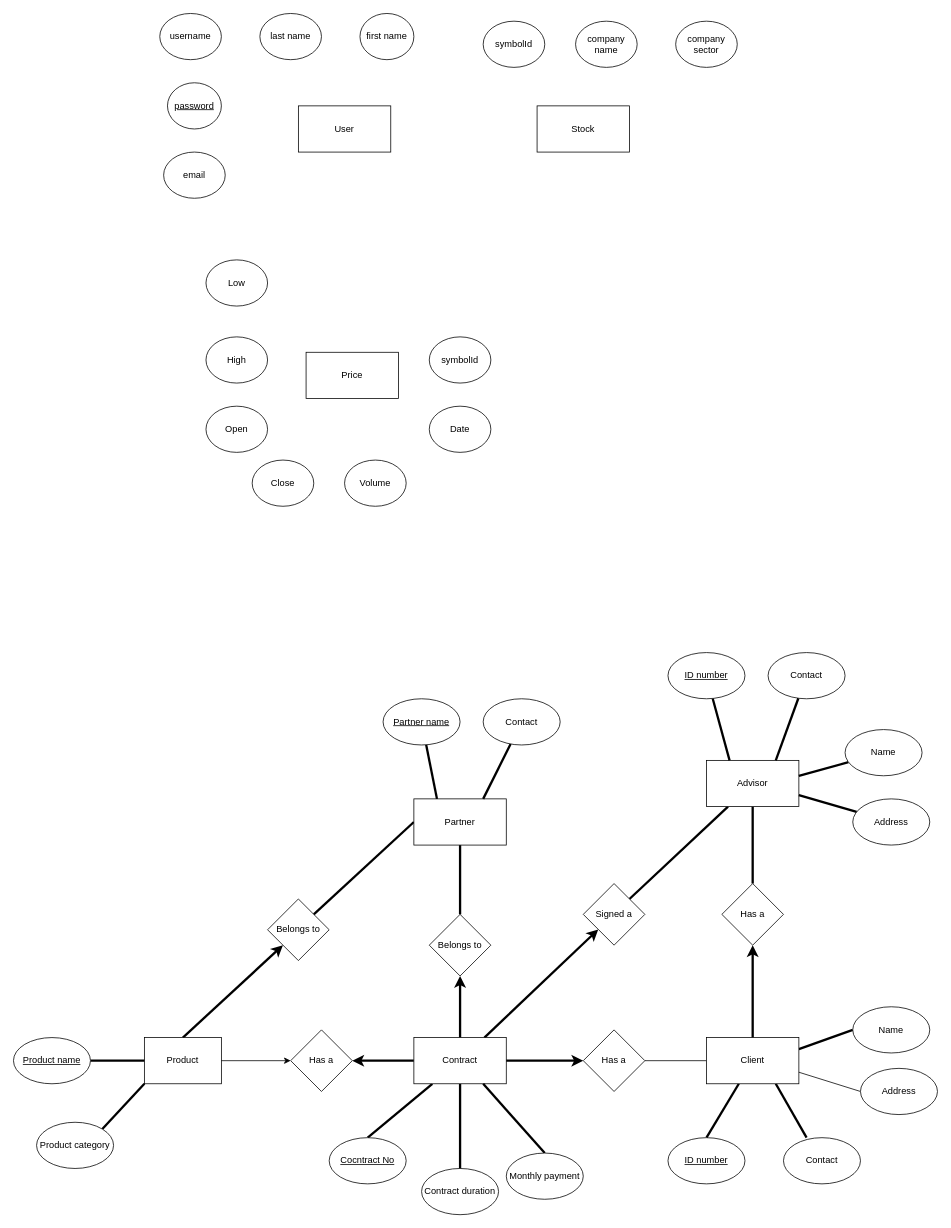
The draw.io diagram db_design/db-diagram.drawio in Okibaba/stock-viz-backend-flask, before the edit. Source tidied: cells renumbered, new cells numbered last; positions are measured from the earlier drawing's top-left corner, leaving out a move shared by most shapes. Both pictures are drawn from the tidied source at 77%, with x=0, y=0 at pixel (13, 13).
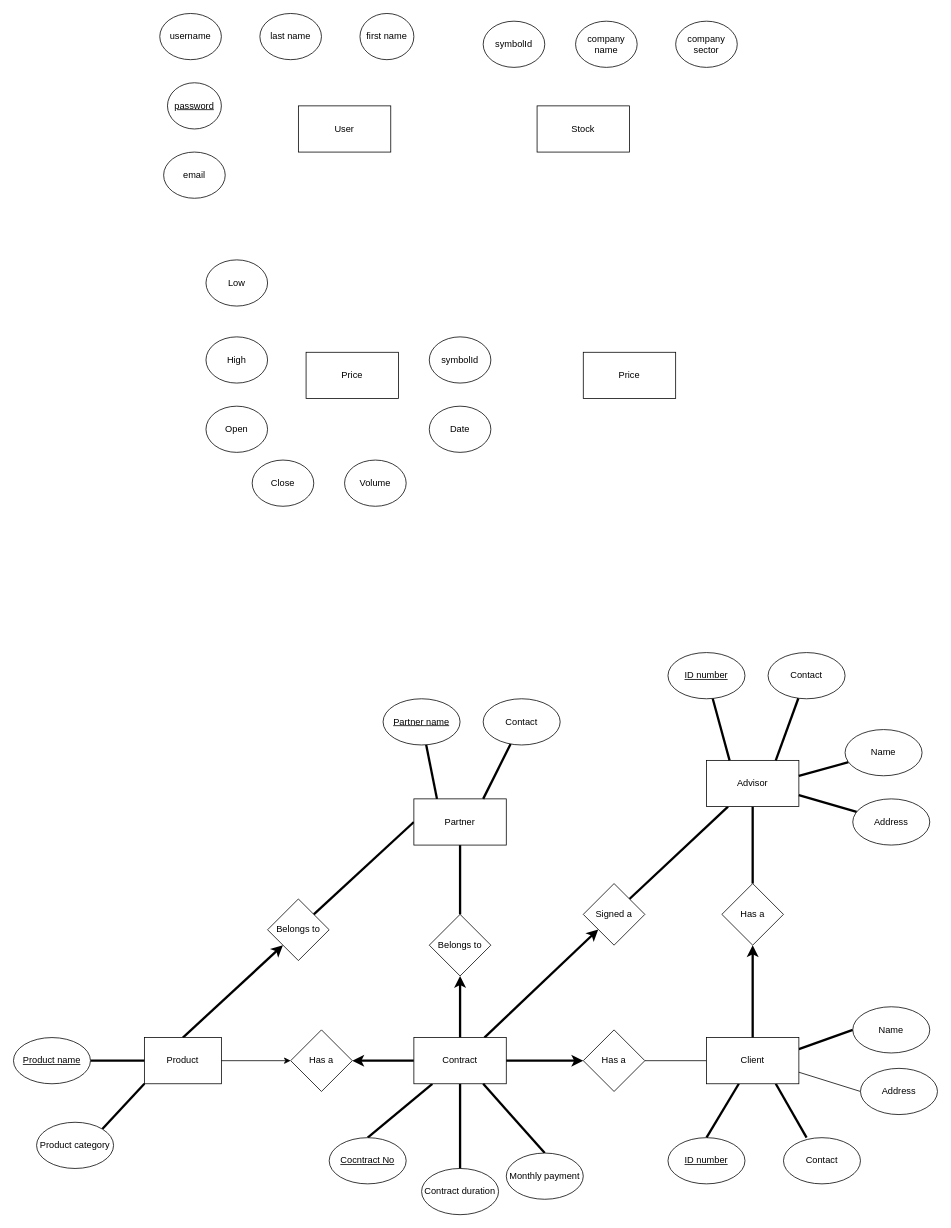
The same diagram, later.

Commit message (it also covers changes not shown here):
updating sql scripts

Change to the diagram source:
```diff
@@
+    <mxCell id="73" value="Price" style="whiteSpace=wrap;html=1;" parent="1" vertex="1">
+      <mxGeometry x="740" y="440" width="120" height="60" as="geometry" />
+    </mxCell>
```
